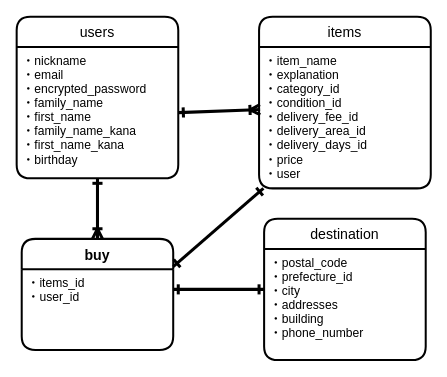
Above: furima.dio in akirausui19871117/furima-33829 (draw.io), before the change. Source tidied: cells renumbered, new cells numbered last; positions are measured from the earlier drawing's top-left corner, leaving out a move shared by most shapes. Both pictures are drawn from the tidied source at 101%, with x=0, y=0 at pixel (16, 16).
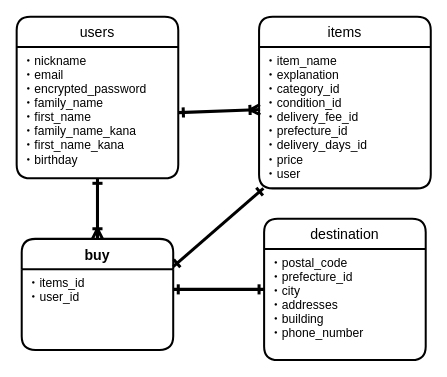
The same diagram, later.

Change to the diagram source:
```diff
@@
 <mxGraphModel>
   <root>
     <mxCell id="0" />
     <mxCell id="1" parent="0" />
     <mxCell id="2" value="users" style="swimlane;horizontal=1;startSize=30;rounded=1;fontSize=14;fontStyle=0;strokeWidth=2;shadow=0;dashed=0;align=center;" parent="1" vertex="1">
       <mxGeometry width="160" height="160" as="geometry" />
     </mxCell>
     <mxCell id="3" value="・nickname&#10;・email&#10;・encrypted_password&#10;・family_name&#10;・first_name &#10;・family_name_kana&#10;・first_name_kana&#10;・birthday" style="align=left;strokeColor=none;fillColor=none;spacingLeft=4;fontSize=12;verticalAlign=top;" parent="2" vertex="1">
       <mxGeometry y="30" width="160" height="130" as="geometry" />
     </mxCell>
     <mxCell id="4" value="items" style="swimlane;horizontal=1;startSize=30;rounded=1;fontSize=14;fontStyle=0;strokeWidth=2;shadow=0;dashed=0;align=center;" parent="1" vertex="1">
       <mxGeometry x="240" width="170" height="170" as="geometry" />
     </mxCell>
-    <mxCell id="5" value="・item_name&#10;・explanation &#10;・category_id&#10;・condition_id&#10;・delivery_fee_id &#10;・delivery_area_id&#10;・delivery_days_id&#10;・price &#10;・user" style="align=left;strokeColor=none;fillColor=none;spacingLeft=4;fontSize=12;verticalAlign=top;" parent="4" vertex="1">
+    <mxCell id="5" value="・item_name&#10;・explanation &#10;・category_id&#10;・condition_id&#10;・delivery_fee_id &#10;・prefecture_id&#10;・delivery_days_id&#10;・price &#10;・user" style="align=left;strokeColor=none;fillColor=none;spacingLeft=4;fontSize=12;verticalAlign=top;" parent="4" vertex="1">
       <mxGeometry y="30" width="170" height="140" as="geometry" />
     </mxCell>
     <mxCell id="6" style="edgeStyle=none;jettySize=auto;html=1;exitX=0.5;exitY=0;exitDx=0;exitDy=0;entryX=0.5;entryY=1;entryDx=0;entryDy=0;startArrow=ERoneToMany;startFill=0;endArrow=ERone;endFill=0;strokeWidth=3;fontSize=10;" parent="1" edge="1" source="7" target="3">
       <mxGeometry relative="1" as="geometry" />
     </mxCell>
     <mxCell id="7" value="buy" style="swimlane;horizontal=1;startSize=30;rounded=1;fontSize=14;fontStyle=1;strokeWidth=2;shadow=0;dashed=0;align=center;" parent="1" vertex="1">
       <mxGeometry x="5" y="220" width="150" height="110" as="geometry" />
     </mxCell>
     <mxCell id="8" value="・items_id&#10;・user_id&#10;" style="align=left;strokeColor=none;fillColor=none;spacingLeft=4;fontSize=12;verticalAlign=top;" parent="7" vertex="1">
       <mxGeometry y="30" width="150" height="80" as="geometry" />
     </mxCell>
     <mxCell id="9" style="edgeStyle=none;jettySize=auto;html=1;exitX=0;exitY=0.5;exitDx=0;exitDy=0;entryX=1;entryY=0.25;entryDx=0;entryDy=0;startArrow=ERone;startFill=0;endArrow=ERone;endFill=0;strokeWidth=3;fontSize=10;fontStyle=0;" parent="1" edge="1" source="10" target="8">
       <mxGeometry relative="1" as="geometry" />
     </mxCell>
     <mxCell id="10" value="destination" style="swimlane;horizontal=1;startSize=30;rounded=1;fontSize=14;fontStyle=0;strokeWidth=2;shadow=0;dashed=0;align=center;" parent="1" vertex="1">
       <mxGeometry x="245" y="200" width="160" height="140" as="geometry" />
     </mxCell>
     <mxCell id="11" value="・postal_code&#10;・prefecture_id&#10;・city&#10;・addresses&#10;・building&#10;・phone_number&#10;" style="align=left;strokeColor=none;fillColor=none;spacingLeft=4;fontSize=12;verticalAlign=top;fontStyle=0;" parent="10" vertex="1">
       <mxGeometry y="30" width="160" height="110" as="geometry" />
     </mxCell>
     <mxCell id="12" style="edgeStyle=none;jettySize=auto;html=1;exitX=0.006;exitY=0.443;exitDx=0;exitDy=0;entryX=1;entryY=0.5;entryDx=0;entryDy=0;startArrow=ERoneToMany;startFill=0;endArrow=ERone;endFill=0;strokeWidth=3;fontSize=10;exitPerimeter=0;" parent="1" edge="1" source="5" target="3">
       <mxGeometry relative="1" as="geometry" />
     </mxCell>
     <mxCell id="13" style="edgeStyle=none;jettySize=auto;html=1;entryX=1;entryY=0.25;entryDx=0;entryDy=0;startArrow=ERone;startFill=0;endArrow=ERone;endFill=0;strokeWidth=3;fontSize=10;fontStyle=0;" parent="1" edge="1" source="5" target="7">
       <mxGeometry relative="1" as="geometry" />
     </mxCell>
   </root>
 </mxGraphModel>
```
